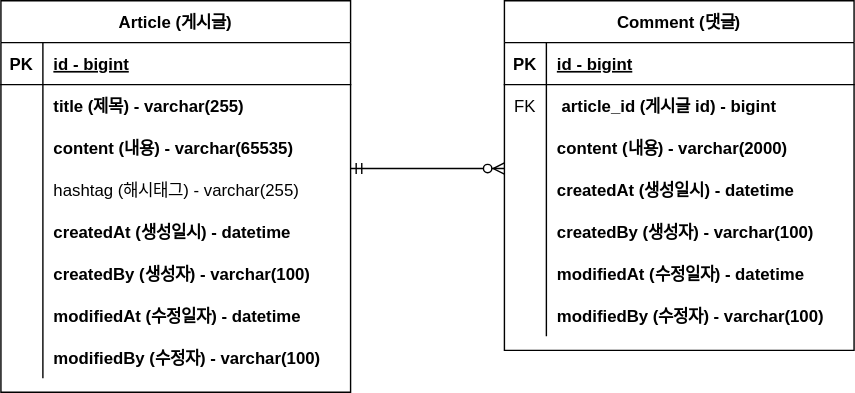
Before: document/project-board-erd.svg, a diagram exported from draw.io (dmlee19/fastcampus-project-board). Source tidied: cells renumbered, new cells last; positions are measured from the earlier drawing's top-left corner, leaving out a move shared by most shapes.
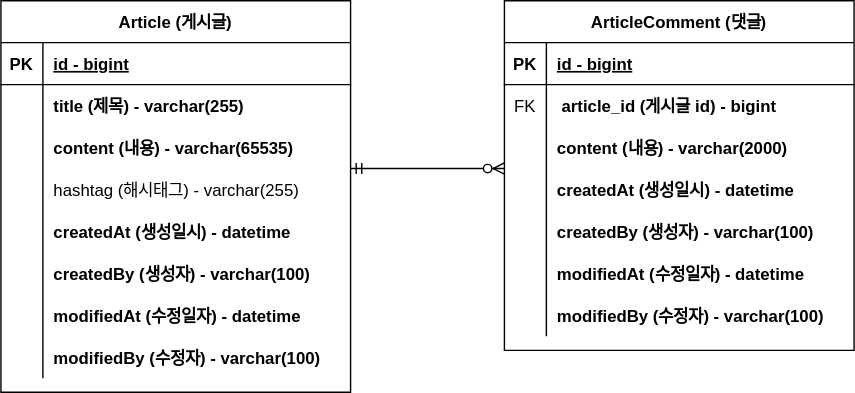
After the change.

Commit message:
#9 - Content 테이블 명 오타 수정 - project-board-erd.svg

Diff of the diagram source:
```diff
@@ -77,7 +77,7 @@
     <mxCell id="26" value="modifiedBy (수정자) - varchar(100)" style="shape=partialRectangle;overflow=hidden;fillColor=none;top=0;left=0;bottom=0;right=0;align=left;spacingLeft=6;fontStyle=1;" parent="24" vertex="1">
       <mxGeometry x="30" width="220" height="30" as="geometry" />
     </mxCell>
-    <mxCell id="27" value="Comment (댓글)" style="shape=table;startSize=30;rowLines=0;fontStyle=1;align=center;" parent="1" vertex="1">
+    <mxCell id="27" value="ArticleComment (댓글)" style="shape=table;startSize=30;rowLines=0;fontStyle=1;align=center;" parent="1" vertex="1">
       <mxGeometry x="360" width="250" height="250" as="geometry" />
     </mxCell>
     <mxCell id="28" style="shape=partialRectangle;fillColor=none;top=0;left=0;right=0;bottom=1;" parent="27" vertex="1">
```
